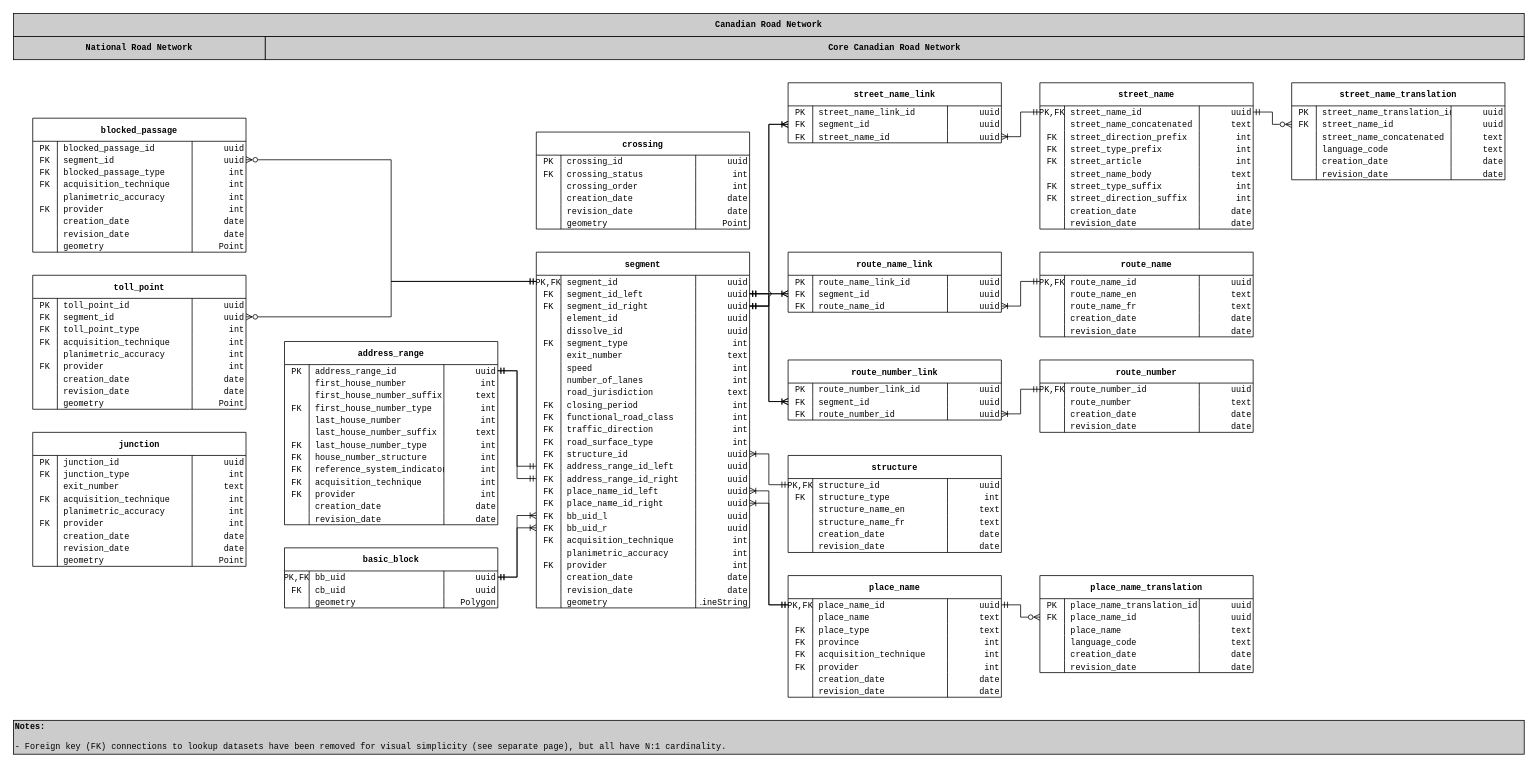
StatCan/egp-maintenance-tools keeps this draw.io diagram as page "primary_datasets" (1 of 2) of docs/source/_static/data_models/canadian_road_network/canadian_road_network.drawio. Above is the earlier version. Source tidied: cells renumbered, new cells numbered last; positions are measured from the earlier drawing's top-left corner, leaving out a move shared by most shapes. Both pictures are drawn from the tidied source at 77%, with x=0, y=0 at pixel (13, 13).
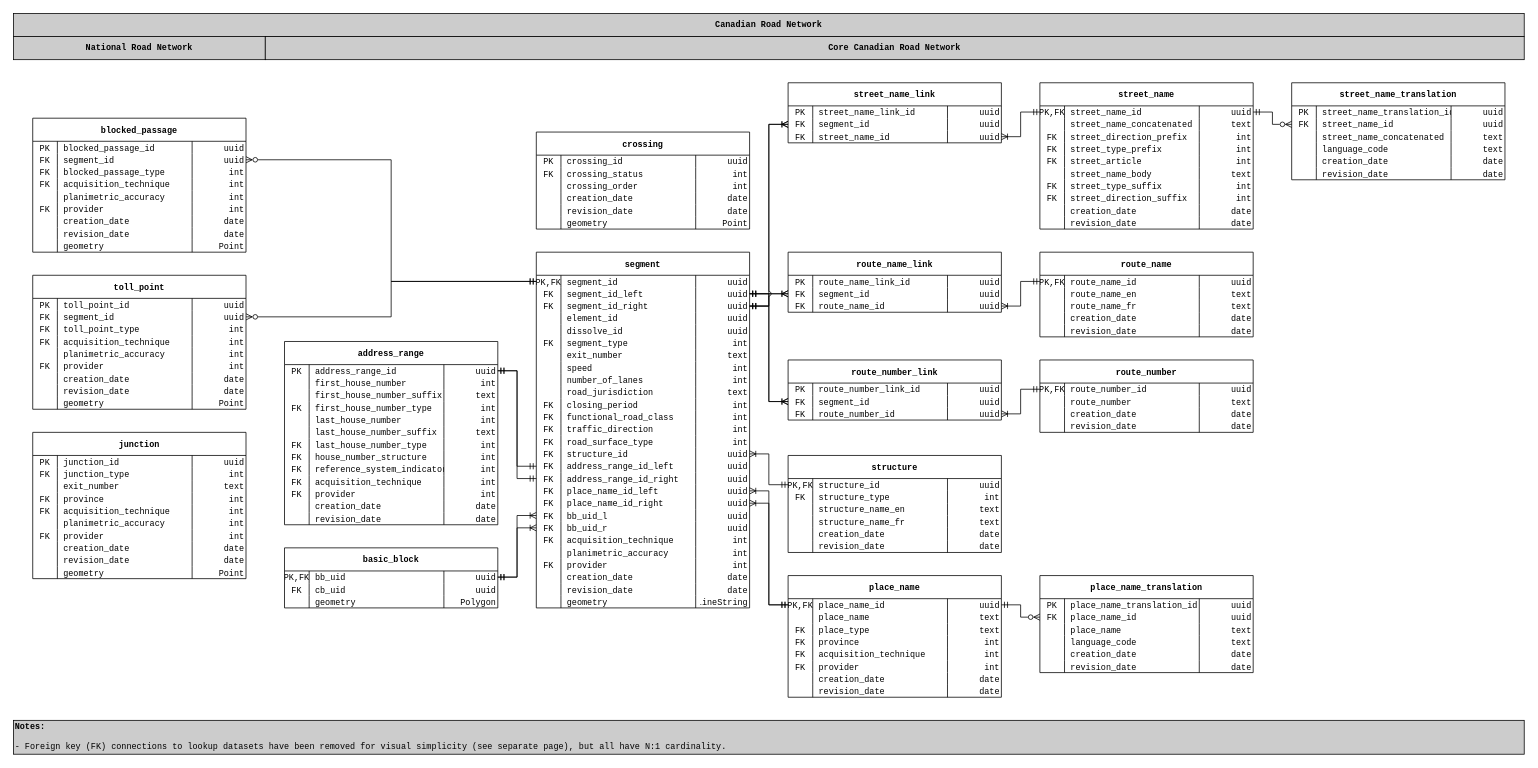
The same diagram, later.

Commit message (it also covers changes not shown here):
[1] re-added province and junction attribute.

The edit, as a diff of the source:
```diff
@@
     <mxCell id="120" value="junction" style="shape=table;startSize=30;childLayout=tableLayout;rowLines=0;fontStyle=1;align=center;fontFamily=Consolas;fontSize=11;spacing=2;" parent="1" vertex="1">
-      <mxGeometry x="25" y="544" width="277" height="174" as="geometry" />
+      <mxGeometry x="25" y="544" width="277" height="190" as="geometry" />
     </mxCell>
@@
+    <mxCell id="563" style="shape=tableRow;horizontal=0;startSize=0;swimlaneHead=0;swimlaneBody=0;fillColor=none;top=0;left=0;right=0;bottom=1;fontFamily=Consolas;fontSize=11;strokeColor=none;" parent="120" vertex="1">
+      <mxGeometry y="78" width="277" height="16" as="geometry" />
+    </mxCell>
+    <mxCell id="564" value="FK" style="shape=partialRectangle;fillColor=none;top=0;left=0;bottom=0;right=0;fontStyle=0;overflow=hidden;fontFamily=Consolas;fontSize=11;" parent="563" vertex="1">
+      <mxGeometry width="32" height="16" as="geometry" />
+    </mxCell>
+    <mxCell id="565" value="province" style="shape=partialRectangle;fillColor=none;top=0;left=0;bottom=0;right=0;align=left;spacingLeft=6;fontStyle=0;overflow=hidden;fontFamily=Consolas;fontSize=11;" parent="563" vertex="1">
+      <mxGeometry x="32" width="175" height="16" as="geometry" />
+    </mxCell>
+    <mxCell id="566" value="int" style="shape=partialRectangle;fillColor=none;top=0;left=0;bottom=0;right=0;align=right;spacingLeft=6;fontStyle=0;overflow=hidden;fontFamily=Consolas;fontSize=11;" parent="563" vertex="1">
+      <mxGeometry x="207" width="70" height="16" as="geometry" />
+    </mxCell>
     <mxCell id="133" style="shape=tableRow;horizontal=0;startSize=0;swimlaneHead=0;swimlaneBody=0;fillColor=none;top=0;left=0;right=0;bottom=1;fontFamily=Consolas;fontSize=11;strokeColor=none;" parent="120" vertex="1">
-      <mxGeometry y="78" width="277" height="16" as="geometry" />
+      <mxGeometry y="94" width="277" height="16" as="geometry" />
     </mxCell>
@@
     <mxCell id="137" style="shape=tableRow;horizontal=0;startSize=0;swimlaneHead=0;swimlaneBody=0;fillColor=none;top=0;left=0;right=0;bottom=1;fontFamily=Consolas;fontSize=11;strokeColor=none;" parent="120" vertex="1">
-      <mxGeometry y="94" width="277" height="16" as="geometry" />
+      <mxGeometry y="110" width="277" height="16" as="geometry" />
     </mxCell>
@@
     <mxCell id="141" style="shape=tableRow;horizontal=0;startSize=0;swimlaneHead=0;swimlaneBody=0;fillColor=none;top=0;left=0;right=0;bottom=1;fontFamily=Consolas;fontSize=11;strokeColor=none;" parent="120" vertex="1">
-      <mxGeometry y="110" width="277" height="16" as="geometry" />
+      <mxGeometry y="126" width="277" height="16" as="geometry" />
     </mxCell>
@@
     <mxCell id="145" style="shape=tableRow;horizontal=0;startSize=0;swimlaneHead=0;swimlaneBody=0;fillColor=none;top=0;left=0;right=0;bottom=1;fontFamily=Consolas;fontSize=11;strokeColor=none;" parent="120" vertex="1">
-      <mxGeometry y="126" width="277" height="16" as="geometry" />
+      <mxGeometry y="142" width="277" height="16" as="geometry" />
     </mxCell>
@@
     <mxCell id="149" style="shape=tableRow;horizontal=0;startSize=0;swimlaneHead=0;swimlaneBody=0;fillColor=none;top=0;left=0;right=0;bottom=1;fontFamily=Consolas;fontSize=11;strokeColor=none;" parent="120" vertex="1">
-      <mxGeometry y="142" width="277" height="16" as="geometry" />
+      <mxGeometry y="158" width="277" height="16" as="geometry" />
     </mxCell>
@@
     <mxCell id="153" style="shape=tableRow;horizontal=0;startSize=0;swimlaneHead=0;swimlaneBody=0;fillColor=none;top=0;left=0;right=0;bottom=1;fontFamily=Consolas;fontSize=11;strokeColor=none;" parent="120" vertex="1">
-      <mxGeometry y="158" width="277" height="16" as="geometry" />
+      <mxGeometry y="174" width="277" height="16" as="geometry" />
     </mxCell>
```
